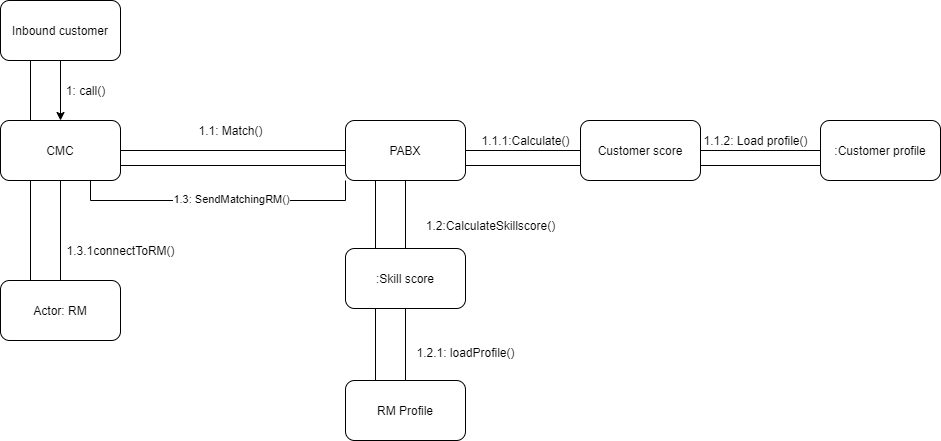
The draw.io diagram Folder for workproducts and models/Collaborative diagram Final iteration By Arvin.png in tharlon7/ADJMT, before a commit. Source tidied: cells renumbered, new cells last; positions are measured from the earlier drawing's top-left corner, leaving out a move shared by most shapes.
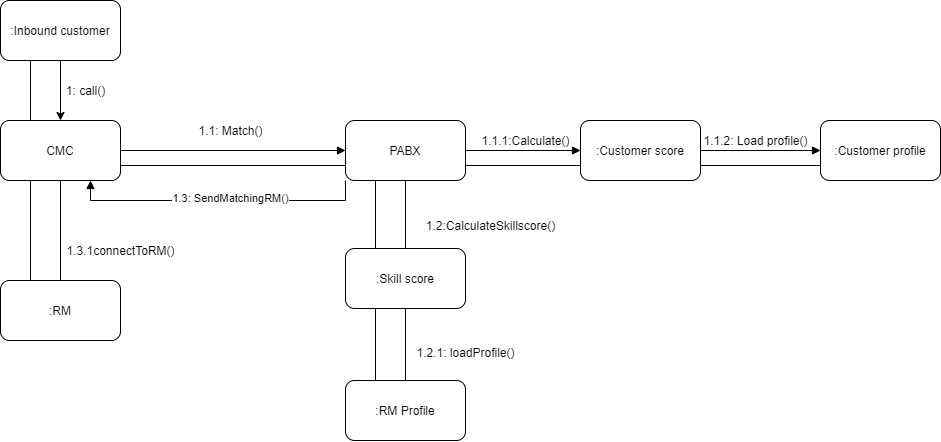
After the commit.

The edit, as a diff of the source:
```diff
@@ -8,7 +8,7 @@
     <mxCell id="3" style="edgeStyle=orthogonalEdgeStyle;rounded=0;jettySize=auto;html=1;exitX=0.5;exitY=1;exitDx=0;exitDy=0;entryX=0.5;entryY=0;entryDx=0;entryDy=0;" parent="1" edge="1" source="4" target="9">
       <mxGeometry relative="1" as="geometry" />
     </mxCell>
-    <mxCell id="4" value="Inbound customer" style="rounded=1;whiteSpace=wrap;html=1;" parent="1" vertex="1">
+    <mxCell id="4" value=":Inbound customer" style="rounded=1;whiteSpace=wrap;html=1;" parent="1" vertex="1">
       <mxGeometry width="120" height="60" as="geometry" />
     </mxCell>
     <mxCell id="5" style="rounded=0;jettySize=auto;html=1;exitX=1;exitY=0.75;exitDx=0;exitDy=0;entryX=0;entryY=0.75;entryDx=0;entryDy=0;endArrow=none;endFill=0;" parent="1" edge="1" source="9" target="16">
@@ -20,7 +20,7 @@
     <mxCell id="7" style="edgeStyle=none;rounded=0;jettySize=auto;html=1;exitX=0.5;exitY=1;exitDx=0;exitDy=0;entryX=0.5;entryY=0;entryDx=0;entryDy=0;endArrow=none;endFill=0;" parent="1" edge="1" source="9" target="25">
       <mxGeometry relative="1" as="geometry" />
     </mxCell>
-    <mxCell id="8" style="edgeStyle=none;rounded=0;jettySize=auto;html=1;exitX=1;exitY=0.5;exitDx=0;exitDy=0;endArrow=none;endFill=0;" parent="1" edge="1" source="9" target="16">
+    <mxCell id="8" style="edgeStyle=none;rounded=0;jettySize=auto;html=1;exitX=1;exitY=0.5;exitDx=0;exitDy=0;endArrow=block;endFill=1;" parent="1" edge="1" source="9" target="16">
       <mxGeometry relative="1" as="geometry" />
     </mxCell>
     <mxCell id="9" value="CMC" style="rounded=1;whiteSpace=wrap;html=1;" parent="1" vertex="1">
@@ -35,10 +35,10 @@
     <mxCell id="12" style="edgeStyle=none;rounded=0;jettySize=auto;html=1;exitX=0.5;exitY=1;exitDx=0;exitDy=0;entryX=0.5;entryY=0;entryDx=0;entryDy=0;endArrow=none;endFill=0;" parent="1" edge="1" source="16" target="19">
       <mxGeometry relative="1" as="geometry" />
     </mxCell>
-    <mxCell id="13" style="edgeStyle=none;rounded=0;jettySize=auto;html=1;exitX=1;exitY=0.5;exitDx=0;exitDy=0;entryX=0;entryY=0.5;entryDx=0;entryDy=0;endArrow=none;endFill=0;" parent="1" edge="1" source="16" target="24">
+    <mxCell id="13" style="edgeStyle=none;rounded=0;jettySize=auto;html=1;exitX=1;exitY=0.5;exitDx=0;exitDy=0;entryX=0;entryY=0.5;entryDx=0;entryDy=0;endArrow=block;endFill=1;" parent="1" edge="1" source="16" target="24">
       <mxGeometry relative="1" as="geometry" />
     </mxCell>
-    <mxCell id="14" style="edgeStyle=elbowEdgeStyle;rounded=0;jettySize=auto;html=1;exitX=0;exitY=1;exitDx=0;exitDy=0;entryX=0.75;entryY=1;entryDx=0;entryDy=0;endArrow=none;endFill=0;elbow=vertical;" parent="1" edge="1" source="16" target="9">
+    <mxCell id="14" style="edgeStyle=elbowEdgeStyle;rounded=0;jettySize=auto;html=1;exitX=0;exitY=1;exitDx=0;exitDy=0;entryX=0.75;entryY=1;entryDx=0;entryDy=0;endArrow=block;endFill=1;elbow=vertical;" parent="1" edge="1" source="16" target="9">
       <mxGeometry relative="1" as="geometry">
         <Array as="points">
           <mxPoint x="233" y="200" />
@@ -62,7 +62,7 @@
     <mxCell id="19" value=":Skill score" style="rounded=1;whiteSpace=wrap;html=1;" parent="1" vertex="1">
       <mxGeometry x="345" y="248" width="120" height="60" as="geometry" />
     </mxCell>
-    <mxCell id="20" value="RM Profile" style="rounded=1;whiteSpace=wrap;html=1;" parent="1" vertex="1">
+    <mxCell id="20" value=":RM Profile" style="rounded=1;whiteSpace=wrap;html=1;" parent="1" vertex="1">
       <mxGeometry x="345" y="380" width="120" height="60" as="geometry" />
     </mxCell>
     <mxCell id="21" value=":Customer profile" style="rounded=1;whiteSpace=wrap;html=1;" parent="1" vertex="1">
@@ -71,13 +71,13 @@
     <mxCell id="22" style="edgeStyle=none;rounded=0;jettySize=auto;html=1;exitX=1;exitY=0.75;exitDx=0;exitDy=0;entryX=0;entryY=0.75;entryDx=0;entryDy=0;endArrow=none;endFill=0;" parent="1" edge="1" source="24" target="21">
       <mxGeometry relative="1" as="geometry" />
     </mxCell>
-    <mxCell id="23" style="edgeStyle=none;rounded=0;jettySize=auto;html=1;exitX=1;exitY=0.5;exitDx=0;exitDy=0;entryX=0;entryY=0.5;entryDx=0;entryDy=0;endArrow=none;endFill=0;" parent="1" edge="1" source="24" target="21">
+    <mxCell id="23" style="edgeStyle=none;rounded=0;jettySize=auto;html=1;exitX=1;exitY=0.5;exitDx=0;exitDy=0;entryX=0;entryY=0.5;entryDx=0;entryDy=0;endArrow=block;endFill=1;" parent="1" edge="1" source="24" target="21">
       <mxGeometry relative="1" as="geometry" />
     </mxCell>
-    <mxCell id="24" value="Customer score" style="rounded=1;whiteSpace=wrap;html=1;" parent="1" vertex="1">
+    <mxCell id="24" value=":Customer score" style="rounded=1;whiteSpace=wrap;html=1;" parent="1" vertex="1">
       <mxGeometry x="580" y="120" width="120" height="60" as="geometry" />
     </mxCell>
-    <mxCell id="25" value="Actor: RM" style="rounded=1;whiteSpace=wrap;html=1;" parent="1" vertex="1">
+    <mxCell id="25" value=":RM" style="rounded=1;whiteSpace=wrap;html=1;" parent="1" vertex="1">
       <mxGeometry y="280" width="120" height="60" as="geometry" />
     </mxCell>
     <mxCell id="26" value="1: call()" style="text;html=1;align=center;verticalAlign=middle;" parent="1" vertex="1">
```
